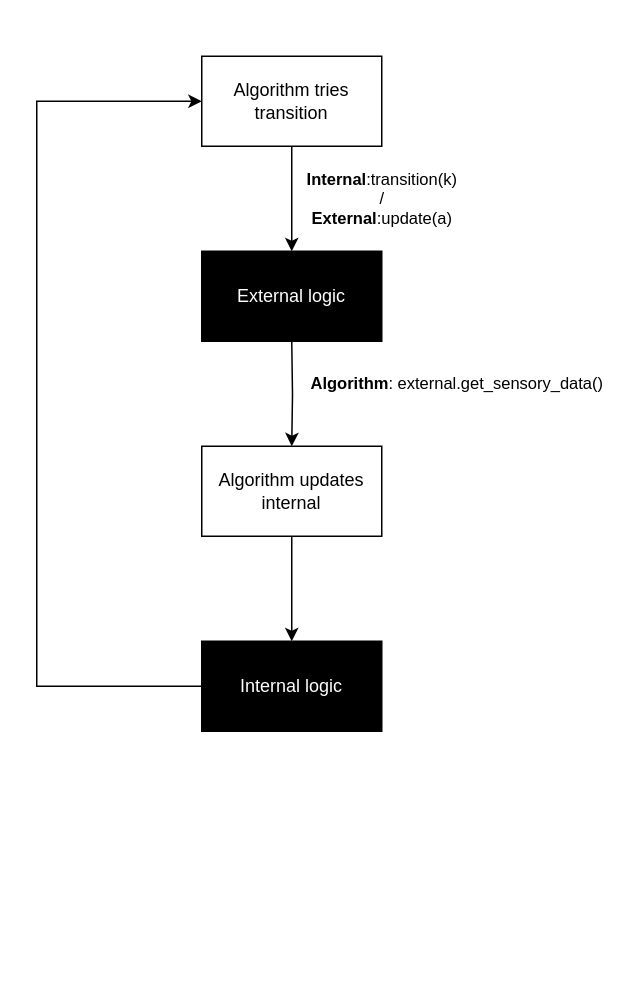
filkata123/RSSTP keeps this draw.io diagram as misc/diagrams/gym_flowchart.drawio. Above is the earlier version. Source tidied: cells renumbered, new cells numbered last; positions are measured from the earlier drawing's top-left corner, leaving out a move shared by most shapes. Both pictures are drawn from the tidied source at 150%, with x=0, y=0 at pixel (36, 56).
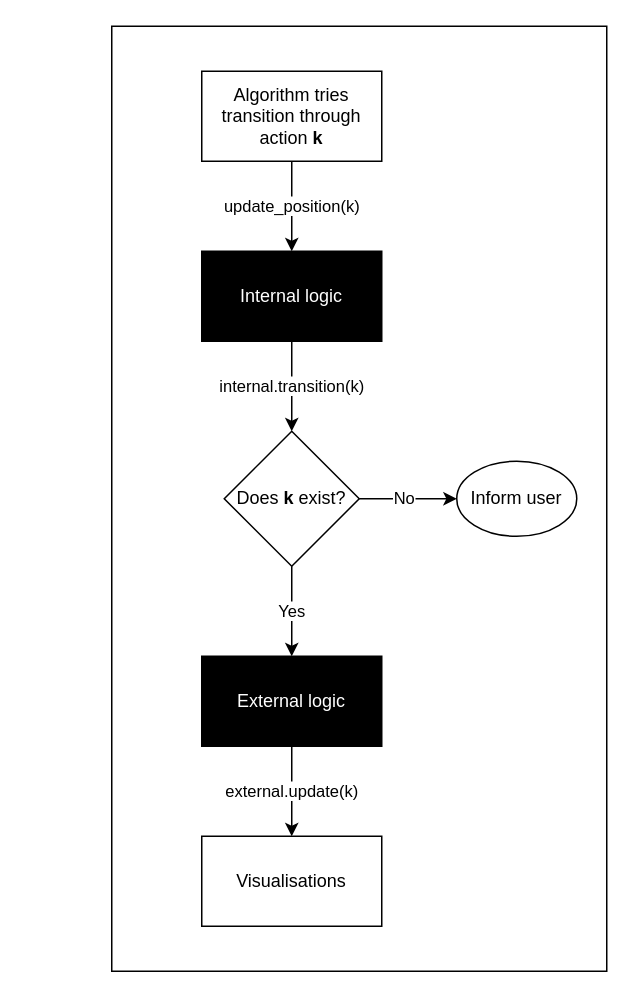
The same diagram, later.

Diff of the diagram source:
```diff
@@
 <mxGraphModel>
   <root>
     <mxCell id="0" />
     <mxCell id="1" parent="0" />
-    <mxCell id="2" value="&lt;b&gt;Internal&lt;/b&gt;:transition(k)&lt;br&gt;/&lt;br&gt;&lt;b&gt;External&lt;/b&gt;:update(a)" style="edgeStyle=orthogonalEdgeStyle;rounded=0;jettySize=auto;html=1;entryX=0.5;entryY=0;entryDx=0;entryDy=0;" parent="1" edge="1" source="3" target="7">
-      <mxGeometry y="60" relative="1" as="geometry" />
-    </mxCell>
+    <mxCell id="10" style="rounded=0;whiteSpace=wrap;html=1;fontColor=#000000;" parent="1" vertex="1">
+      <mxGeometry x="50" y="-20" width="330" height="630" as="geometry" />
+    </mxCell>
+    <mxCell id="11" value="&lt;font color=&quot;#000000&quot;&gt;update_position(k)&lt;/font&gt;" style="edgeStyle=orthogonalEdgeStyle;rounded=0;jettySize=auto;html=1;entryX=0.5;entryY=0;entryDx=0;entryDy=0;strokeColor=#000000;fontColor=#FFFFFF;" parent="1" edge="1" source="3" target="9">
+      <mxGeometry relative="1" as="geometry" />
+    </mxCell>
-    <mxCell id="3" value="Algorithm tries transition" style="rounded=0;whiteSpace=wrap;html=1;" parent="1" vertex="1">
-      <mxGeometry x="110" width="120" height="60" as="geometry" />
+    <mxCell id="3" value="Algorithm tries transition through action &lt;b&gt;k&lt;/b&gt;" style="rounded=0;whiteSpace=wrap;html=1;" parent="1" vertex="1">
+      <mxGeometry x="110" y="10" width="120" height="60" as="geometry" />
     </mxCell>
-    <mxCell id="4" value="&lt;b&gt;Algorithm&lt;/b&gt;: external.get_sensory_data()" style="edgeStyle=orthogonalEdgeStyle;rounded=0;jettySize=auto;html=1;entryX=0.5;entryY=0;entryDx=0;entryDy=0;" parent="1" edge="1" target="6">
-      <mxGeometry x="-0.14" y="110" relative="1" as="geometry">
-        <mxPoint x="170" y="190" as="sourcePoint" />
-      </mxGeometry>
-    </mxCell>
-    <mxCell id="5" style="edgeStyle=orthogonalEdgeStyle;rounded=0;jettySize=auto;html=1;fontColor=#FFFFFF;" parent="1" edge="1" source="6" target="9">
-      <mxGeometry relative="1" as="geometry" />
-    </mxCell>
-    <mxCell id="6" value="Algorithm updates internal" style="whiteSpace=wrap;html=1;rounded=0;" parent="1" vertex="1">
-      <mxGeometry x="110" y="260" width="120" height="60" as="geometry" />
-    </mxCell>
+    <mxCell id="12" value="external.update(k)" style="edgeStyle=orthogonalEdgeStyle;rounded=0;jettySize=auto;html=1;entryX=0.5;entryY=0;entryDx=0;entryDy=0;strokeColor=#000000;fontColor=#000000;" parent="1" edge="1" source="7" target="18">
+      <mxGeometry relative="1" as="geometry" />
+    </mxCell>
     <mxCell id="7" value="&lt;font color=&quot;#ffffff&quot;&gt;External logic&lt;/font&gt;" style="rounded=0;whiteSpace=wrap;html=1;fillColor=#000000;" parent="1" vertex="1">
-      <mxGeometry x="110" y="130" width="120" height="60" as="geometry" />
+      <mxGeometry x="110" y="400" width="120" height="60" as="geometry" />
     </mxCell>
-    <mxCell id="8" style="edgeStyle=orthogonalEdgeStyle;rounded=0;jettySize=auto;html=1;entryX=0;entryY=0.5;entryDx=0;entryDy=0;fontColor=#FFFFFF;" parent="1" edge="1" source="9" target="3">
-      <mxGeometry relative="1" as="geometry">
-        <Array as="points">
-          <mxPoint y="420" />
-          <mxPoint y="30" />
-        </Array>
-      </mxGeometry>
-    </mxCell>
+    <mxCell id="13" value="internal.transition(k)" style="edgeStyle=orthogonalEdgeStyle;rounded=0;jettySize=auto;html=1;entryX=0.5;entryY=0;entryDx=0;entryDy=0;strokeColor=#000000;fontColor=#000000;" parent="1" edge="1" source="9" target="16">
+      <mxGeometry relative="1" as="geometry">
+        <Array as="points">
+          <mxPoint x="170" y="200" />
+          <mxPoint x="170" y="200" />
+        </Array>
+      </mxGeometry>
+    </mxCell>
     <mxCell id="9" value="&lt;font color=&quot;#ffffff&quot;&gt;Internal logic&lt;/font&gt;" style="rounded=0;whiteSpace=wrap;html=1;fillColor=#000000;" parent="1" vertex="1">
-      <mxGeometry x="110" y="390" width="120" height="60" as="geometry" />
+      <mxGeometry x="110" y="130" width="120" height="60" as="geometry" />
     </mxCell>
+    <mxCell id="14" value="No" style="edgeStyle=orthogonalEdgeStyle;rounded=0;jettySize=auto;html=1;entryX=0;entryY=0.5;entryDx=0;entryDy=0;strokeColor=#000000;fontColor=#000000;" parent="1" edge="1" source="16" target="17">
+      <mxGeometry x="-0.09" relative="1" as="geometry" />
+    </mxCell>
+    <mxCell id="15" value="Yes" style="edgeStyle=orthogonalEdgeStyle;rounded=0;jettySize=auto;html=1;entryX=0.5;entryY=0;entryDx=0;entryDy=0;strokeColor=#000000;fontColor=#000000;" parent="1" edge="1" source="16" target="7">
+      <mxGeometry relative="1" as="geometry" />
+    </mxCell>
+    <mxCell id="16" value="Does &lt;b&gt;k &lt;/b&gt;exist?" style="rhombus;whiteSpace=wrap;html=1;fontColor=#000000;" parent="1" vertex="1">
+      <mxGeometry x="125" y="250" width="90" height="90" as="geometry" />
+    </mxCell>
+    <mxCell id="17" value="Inform user" style="ellipse;whiteSpace=wrap;html=1;fontColor=#000000;" parent="1" vertex="1">
+      <mxGeometry x="280" y="270" width="80" height="50" as="geometry" />
+    </mxCell>
+    <mxCell id="18" value="Visualisations" style="rounded=0;whiteSpace=wrap;html=1;fontColor=#000000;" parent="1" vertex="1">
+      <mxGeometry x="110" y="520" width="120" height="60" as="geometry" />
+    </mxCell>
   </root>
 </mxGraphModel>
```
